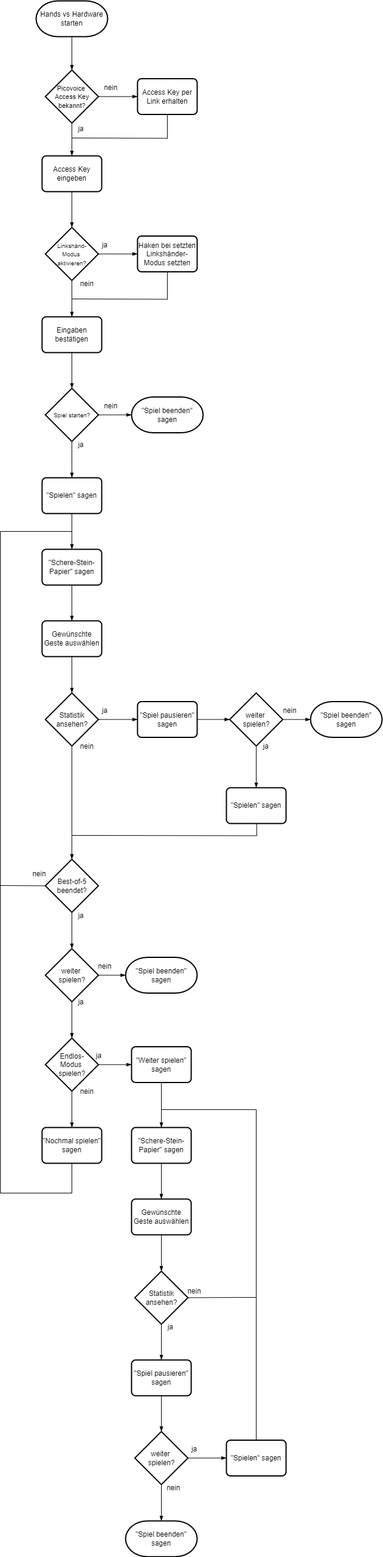
Earlier version of the draw.io export Dokumentation/Pictures/Ablaufplan_Programm.png (FixFoxTobi/SchereSteinPapier). Source tidied: cells renumbered, new cells last; positions are measured from the earlier drawing's top-left corner, leaving out a move shared by most shapes.
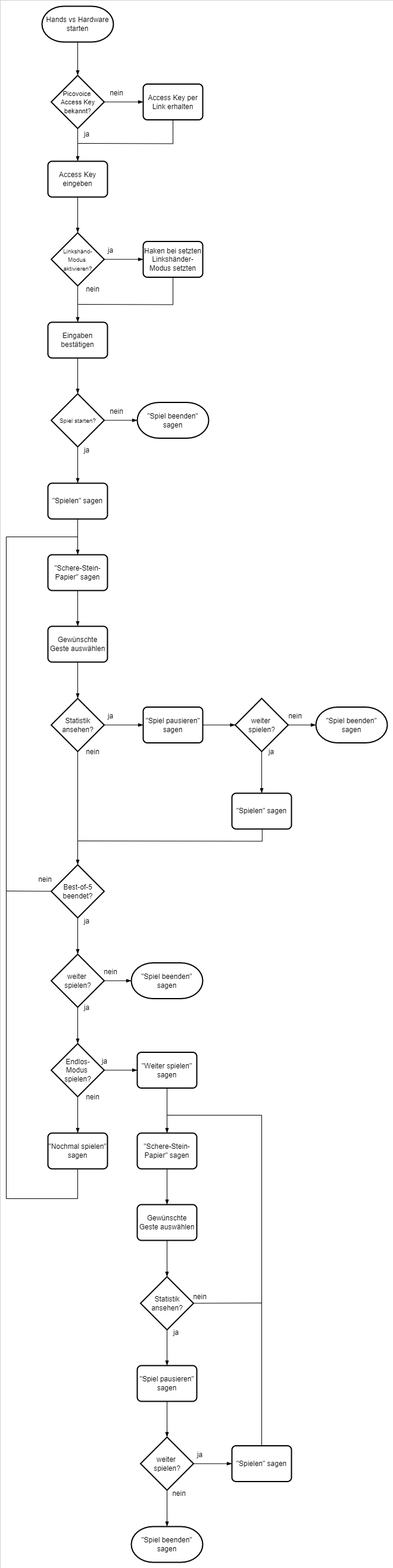
Later version of the same file.

The edit, as a diff of the source:
```diff
@@ -2,6 +2,9 @@
   <root>
     <mxCell id="0" />
     <mxCell id="1" parent="0" />
+    <mxCell id="88" style="whiteSpace=wrap;html=1;strokeWidth=0;" parent="1" vertex="1">
+      <mxGeometry x="-10" y="-10" width="660" height="2630" as="geometry" />
+    </mxCell>
     <mxCell id="2" value="&quot;Spiel beenden&quot;&lt;div&gt;sagen&lt;/div&gt;" style="strokeWidth=2;html=1;shape=mxgraph.flowchart.terminator;whiteSpace=wrap;" parent="1" vertex="1">
       <mxGeometry x="210" y="2550" width="120" height="60" as="geometry" />
     </mxCell>
```
